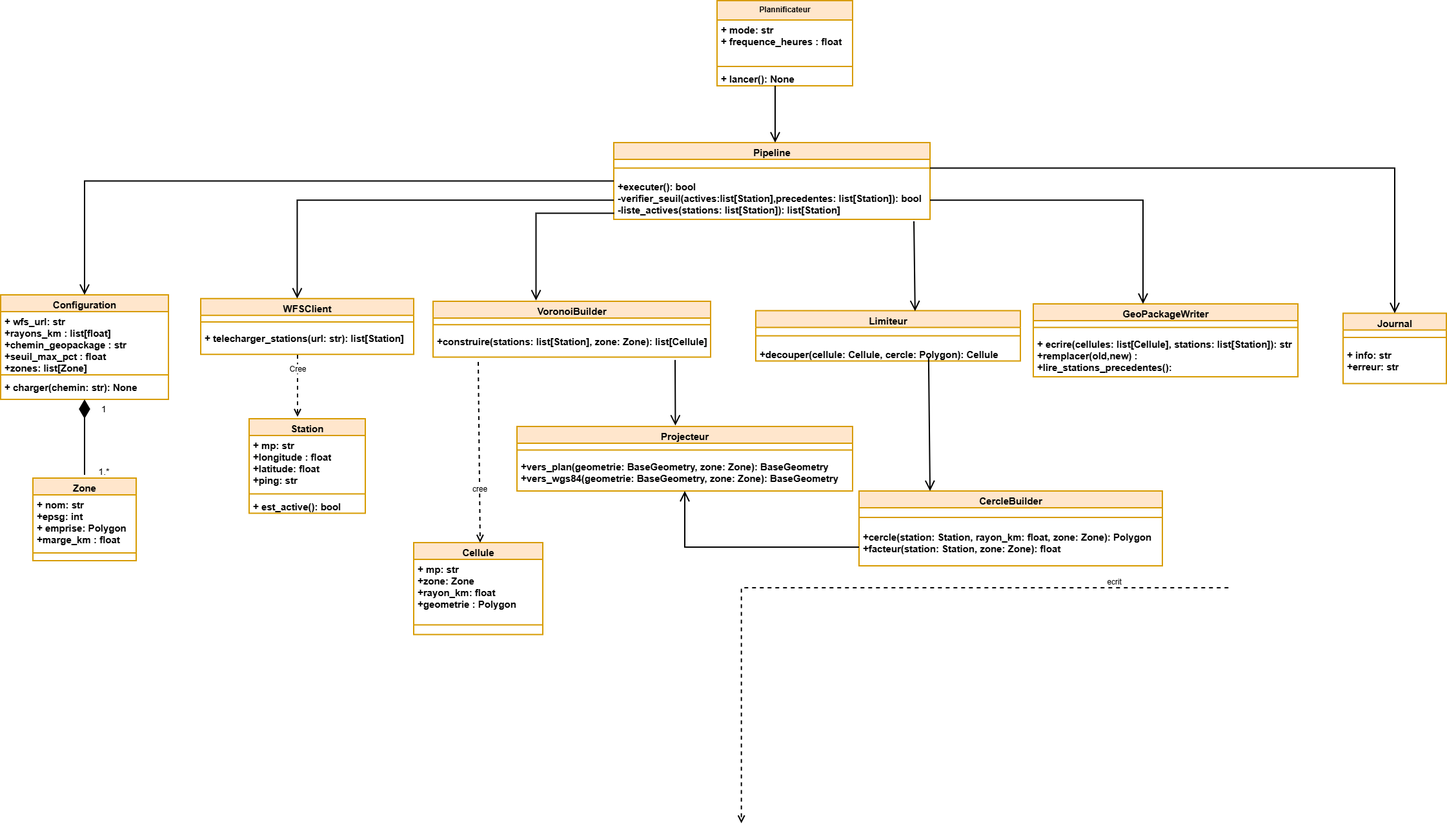
Before: Diagramme de classe.png, a diagram exported from draw.io (Akatebra/Projet_Info_Voronoi). Source tidied: cells renumbered, new cells last; positions are measured from the earlier drawing's top-left corner, leaving out a move shared by most shapes.
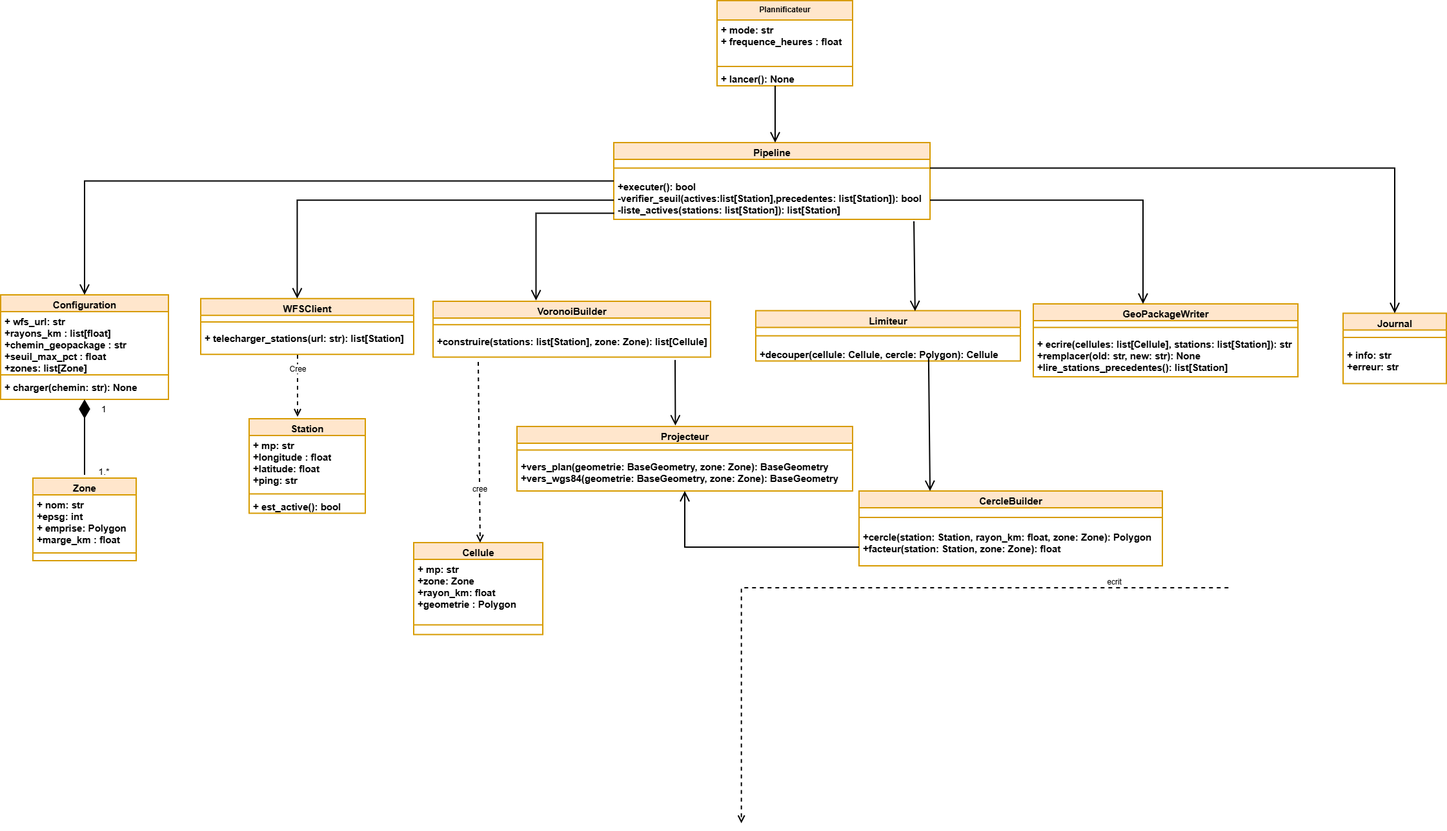
Later version of the same file.

Commit message:
Mettre à jour Diagramme de classe.png

The edit, as a diff of the source:
```diff
@@ -68,7 +68,7 @@
     <mxCell id="23" style="line;strokeWidth=2;fillColor=none;align=left;verticalAlign=middle;spacingTop=-1;spacingLeft=3;spacingRight=3;labelPosition=right;strokeColor=inherit;labelPerimeter=1;" parent="22" vertex="1">
       <mxGeometry y="26" width="410" height="21" as="geometry" />
     </mxCell>
-    <mxCell id="24" value="&lt;font style=&quot;font-size: 15px;&quot;&gt;&lt;b&gt;+&amp;nbsp;&lt;/b&gt;&lt;/font&gt;&lt;span style=&quot;font-size: 15px;&quot;&gt;&lt;b&gt;ecrire(cellules: list[Cellule], stations: list[Station]): str&lt;/b&gt;&lt;/span&gt;&lt;div&gt;&lt;font style=&quot;font-size: 15px;&quot;&gt;&lt;b&gt;+remplacer(old,new) :&amp;nbsp;&lt;/b&gt;&lt;/font&gt;&lt;/div&gt;&lt;div&gt;&lt;font style=&quot;font-size: 15px;&quot;&gt;&lt;b&gt;+lire_stations_precedentes():&lt;/b&gt;&lt;/font&gt;&lt;/div&gt;" style="text;strokeColor=none;fillColor=none;align=left;verticalAlign=top;spacingLeft=4;spacingRight=4;overflow=hidden;whiteSpace=wrap;html=1;strokeWidth=2;" parent="22" vertex="1">
+    <mxCell id="24" value="&lt;font style=&quot;font-size: 15px;&quot;&gt;&lt;b&gt;+&amp;nbsp;&lt;/b&gt;&lt;/font&gt;&lt;span style=&quot;font-size: 15px;&quot;&gt;&lt;b&gt;ecrire(cellules: list[Cellule], stations: list[Station]): str&lt;/b&gt;&lt;/span&gt;&lt;div&gt;&lt;font style=&quot;font-size: 15px;&quot;&gt;&lt;b&gt;+&lt;/b&gt;&lt;/font&gt;&lt;span style=&quot;background-color: transparent; font-size: 15px;&quot;&gt;&lt;b&gt;remplacer(old: str, new: str): None&lt;/b&gt;&lt;/span&gt;&lt;/div&gt;&lt;div&gt;&lt;font style=&quot;font-size: 15px;&quot;&gt;&lt;b&gt;+&lt;/b&gt;&lt;/font&gt;&lt;span style=&quot;background-color: transparent; font-size: 15px;&quot;&gt;&lt;b&gt;lire_stations_precedentes(): list[Station]&lt;/b&gt;&lt;/span&gt;&lt;/div&gt;" style="text;strokeColor=none;fillColor=none;align=left;verticalAlign=top;spacingLeft=4;spacingRight=4;overflow=hidden;whiteSpace=wrap;html=1;strokeWidth=2;" parent="22" vertex="1">
       <mxGeometry y="47" width="410" height="66" as="geometry" />
     </mxCell>
     <mxCell id="25" value="&lt;font style=&quot;font-size: 15px;&quot;&gt;Journal&lt;/font&gt;" style="swimlane;fontStyle=1;align=center;verticalAlign=top;horizontal=1;startSize=26;whiteSpace=wrap;html=1;strokeWidth=2;fillColor=#ffe6cc;strokeColor=#d79b00;" parent="1" vertex="1">
```
